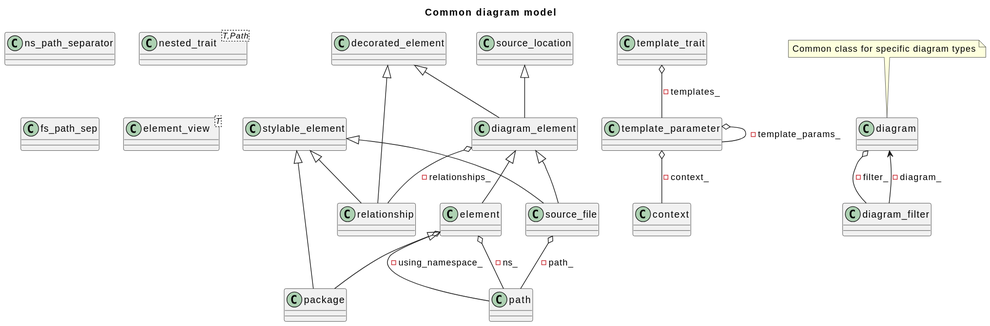
The PlantUML diagram clang-uml/diagrams/common_model_class.svg in bkryza/clang-uml-examples, before a commit. Source of this version:
```plantuml
@startuml
title Common diagram model
class "decorated_element" as C_0001117102382624673118
class C_0001117102382624673118 [[classclanguml_1_1common_1_1model_1_1decorated__element.html{Base class for decorated diagram elements}]] {
__
}
class "stylable_element" as C_0002077846075979426940
class C_0002077846075979426940 [[classclanguml_1_1common_1_1model_1_1stylable__element.html{Diagram elements to which style can be applied.}]] {
__
}
class "path" as C_0000844837292165721774
class C_0000844837292165721774 [[classclanguml_1_1common_1_1model_1_1path.html{Diagram path}]] {
__
}
class "ns_path_separator" as C_0001331923285602672865
class C_0001331923285602672865 [[structclanguml_1_1common_1_1model_1_1ns__path__separator.html{ns_path_separator}]] {
__
}
class "relationship" as C_0002046336758797367926
class C_0002046336758797367926 [[classclanguml_1_1common_1_1model_1_1relationship.html{Class representing any relationship other than inheritance}]] {
__
}
class "source_location" as C_0000895261582183440230
class C_0000895261582183440230 [[classclanguml_1_1common_1_1model_1_1source__location.html{Base class of all diagram elements that have source location.}]] {
__
}
class "diagram_element" as C_0001073500714379115414
class C_0001073500714379115414 [[classclanguml_1_1common_1_1model_1_1diagram__element.html{Base class for standalone diagram elements.}]] {
__
}
class "context" as C_0000845978329661395972
class C_0000845978329661395972 [[structclanguml_1_1common_1_1model_1_1context.html{context}]] {
__
}
class "template_parameter" as C_0000178138562743079529
class C_0000178138562743079529 [[classclanguml_1_1common_1_1model_1_1template__parameter.html{Represents template parameter, template arguments or concept         constraints}]] {
__
}
class "nested_trait<T,Path>" as C_0000891208748219309562
class C_0000891208748219309562 [[classclanguml_1_1common_1_1model_1_1nested__trait.html{Base class for elements nested in the diagram.}]] {
__
}
class "fs_path_sep" as C_0000640258162892495349
class C_0000640258162892495349 [[structclanguml_1_1common_1_1model_1_1fs__path__sep.html{fs_path_sep}]] {
__
}
class "source_file" as C_0000785714713072053129
class C_0000785714713072053129 [[classclanguml_1_1common_1_1model_1_1source__file.html{Diagram element representing some file or directory.}]] {
__
}
class "diagram" as C_0000197068985320835874
class C_0000197068985320835874 [[classclanguml_1_1common_1_1model_1_1diagram.html{Base class for all diagram models}]] {
__
}
class "element" as C_0002069520381434407937
class C_0002069520381434407937 [[classclanguml_1_1common_1_1model_1_1element.html{Base class for any element qualified by namespace.}]] {
__
}
class "template_trait" as C_0000464715462505216589
class C_0000464715462505216589 [[classclanguml_1_1common_1_1model_1_1template__trait.html{Common interface for template diagram elements.}]] {
__
}
class "element_view<T>" as C_0001786360230161561276
class C_0001786360230161561276 [[classclanguml_1_1common_1_1model_1_1element__view.html{element_view}]] {
__
}
class "package" as C_0002143286684830686854
class C_0002143286684830686854 [[classclanguml_1_1common_1_1model_1_1package.html{Diagram element representing namespace or directory package}]] {
__
}
class "diagram_filter" as C_0002054140694270036745
class C_0002054140694270036745 [[classclanguml_1_1common_1_1model_1_1diagram__filter.html{Composite of all diagrams filters.}]] {
__
}
C_0001117102382624673118 <|-- C_0002046336758797367926
C_0002077846075979426940 <|-- C_0002046336758797367926
C_0001073500714379115414 o-- C_0002046336758797367926 : -relationships_
C_0001117102382624673118 <|-- C_0001073500714379115414
C_0000895261582183440230 <|-- C_0001073500714379115414
C_0000178138562743079529 o-- C_0000845978329661395972 : -context_
C_0000178138562743079529 o-- C_0000178138562743079529 : -template_params_
C_0000785714713072053129 o-- C_0000844837292165721774 : -path_
C_0001073500714379115414 <|-- C_0000785714713072053129
C_0002077846075979426940 <|-- C_0000785714713072053129
C_0000197068985320835874 o-- C_0002054140694270036745 : -filter_
C_0002069520381434407937 o-- C_0000844837292165721774 : -ns_
C_0002069520381434407937 o-- C_0000844837292165721774 : -using_namespace_
C_0001073500714379115414 <|-- C_0002069520381434407937
C_0000464715462505216589 o-- C_0000178138562743079529 : -templates_
C_0002069520381434407937 <|-- C_0002143286684830686854
C_0002077846075979426940 <|-- C_0002143286684830686854
C_0002054140694270036745 --> C_0000197068985320835874 : -diagram_
note top of C_0000197068985320835874: Common class for specific diagram types

@enduml
```
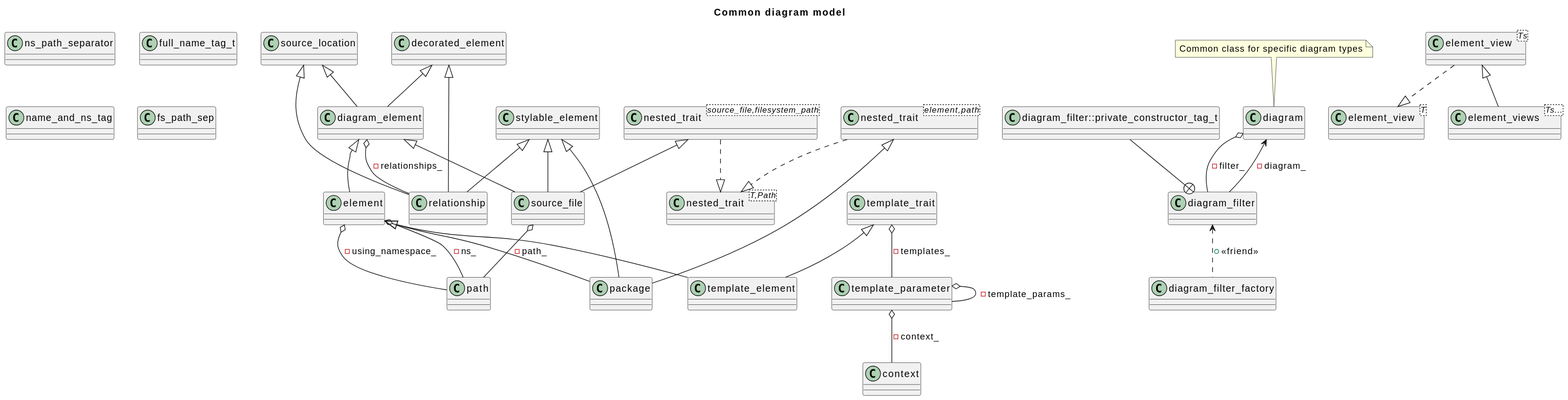
After the change.

Change to the diagram source:
```diff
@@ -1,95 +1,142 @@
 @startuml
 title Common diagram model
-class "decorated_element" as C_0001117102382624673118
-class C_0001117102382624673118 [[classclanguml_1_1common_1_1model_1_1decorated__element.html{Base class for decorated diagram elements}]] {
+class "source_location" as C_0007162092657467521843
+class C_0007162092657467521843 [[classclanguml_1_1common_1_1model_1_1source__location.html{Base class of all diagram elements that have source location.}]] {
 __
 }
-class "stylable_element" as C_0002077846075979426940
-class C_0002077846075979426940 [[classclanguml_1_1common_1_1model_1_1stylable__element.html{Diagram elements to which style can be applied.}]] {
+class "path" as C_0006758698337325774198
+class C_0006758698337325774198 [[classclanguml_1_1common_1_1model_1_1path.html{Diagram path}]] {
 __
 }
-class "path" as C_0000844837292165721774
-class C_0000844837292165721774 [[classclanguml_1_1common_1_1model_1_1path.html{Diagram path}]] {
+class "ns_path_separator" as C_0010655386284821382926
+class C_0010655386284821382926 [[structclanguml_1_1common_1_1model_1_1ns__path__separator.html{ns_path_separator}]] {
 __
 }
-class "ns_path_separator" as C_0001331923285602672865
-class C_0001331923285602672865 [[structclanguml_1_1common_1_1model_1_1ns__path__separator.html{ns_path_separator}]] {
+class "decorated_element" as C_0008936819060997384951
+class C_0008936819060997384951 [[classclanguml_1_1common_1_1model_1_1decorated__element.html{Base class for decorated diagram elements}]] {
 __
 }
-class "relationship" as C_0002046336758797367926
-class C_0002046336758797367926 [[classclanguml_1_1common_1_1model_1_1relationship.html{Class representing any relationship other than inheritance}]] {
+class "stylable_element" as C_0016622768607835415521
+class C_0016622768607835415521 [[classclanguml_1_1common_1_1model_1_1stylable__element.html{Diagram elements to which style can be applied.}]] {
 __
 }
-class "source_location" as C_0000895261582183440230
-class C_0000895261582183440230 [[classclanguml_1_1common_1_1model_1_1source__location.html{Base class of all diagram elements that have source location.}]] {
+class "relationship" as C_0016370694070378943411
+class C_0016370694070378943411 [[classclanguml_1_1common_1_1model_1_1relationship.html{Class representing any relationship other than inheritance}]] {
 __
 }
-class "diagram_element" as C_0001073500714379115414
-class C_0001073500714379115414 [[classclanguml_1_1common_1_1model_1_1diagram__element.html{Base class for standalone diagram elements.}]] {
+class "full_name_tag_t" as C_0008055211364012910024
+class C_0008055211364012910024 [[structclanguml_1_1common_1_1model_1_1full__name__tag__t.html{full_name_tag_t}]] {
 __
 }
-class "context" as C_0000845978329661395972
-class C_0000845978329661395972 [[structclanguml_1_1common_1_1model_1_1context.html{context}]] {
+class "name_and_ns_tag" as C_0017789505560089675948
+class C_0017789505560089675948 [[structclanguml_1_1common_1_1model_1_1name__and__ns__tag.html{name_and_ns_tag}]] {
 __
 }
-class "template_parameter" as C_0000178138562743079529
-class C_0000178138562743079529 [[classclanguml_1_1common_1_1model_1_1template__parameter.html{Represents template parameter, template arguments or concept         constraints}]] {
+class "diagram_element" as C_0008588005715032923314
+class C_0008588005715032923314 [[classclanguml_1_1common_1_1model_1_1diagram__element.html{Base class for standalone diagram elements.}]] {
 __
 }
-class "nested_trait<T,Path>" as C_0000891208748219309562
-class C_0000891208748219309562 [[classclanguml_1_1common_1_1model_1_1nested__trait.html{Base class for elements nested in the diagram.}]] {
+class "context" as C_0006767826637291167780
+class C_0006767826637291167780 [[structclanguml_1_1common_1_1model_1_1context.html{context}]] {
 __
 }
-class "fs_path_sep" as C_0000640258162892495349
-class C_0000640258162892495349 [[structclanguml_1_1common_1_1model_1_1fs__path__sep.html{fs_path_sep}]] {
+class "template_parameter" as C_0001425108501944636238
+class C_0001425108501944636238 [[classclanguml_1_1common_1_1model_1_1template__parameter.html{Represents template parameter, template arguments or concept         constraints}]] {
 __
 }
-class "source_file" as C_0000785714713072053129
-class C_0000785714713072053129 [[classclanguml_1_1common_1_1model_1_1source__file.html{Diagram element representing some file or directory.}]] {
+class "element" as C_0016556163051475263500
+class C_0016556163051475263500 [[classclanguml_1_1common_1_1model_1_1element.html{Base class for any element qualified by namespace.}]] {
 __
 }
-class "diagram" as C_0000197068985320835874
-class C_0000197068985320835874 [[classclanguml_1_1common_1_1model_1_1diagram.html{Base class for all diagram models}]] {
+class "template_trait" as C_0003717723700041732716
+class C_0003717723700041732716 [[classclanguml_1_1common_1_1model_1_1template__trait.html{Common interface for template diagram elements.}]] {
 __
 }
-class "element" as C_0002069520381434407937
-class C_0002069520381434407937 [[classclanguml_1_1common_1_1model_1_1element.html{Base class for any element qualified by namespace.}]] {
+class "template_element" as C_0013384831159811298387
+class C_0013384831159811298387 [[classclanguml_1_1common_1_1model_1_1template__element.html{Base class for any element qualified by namespace.}]] {
 __
 }
-class "template_trait" as C_0000464715462505216589
-class C_0000464715462505216589 [[classclanguml_1_1common_1_1model_1_1template__trait.html{Common interface for template diagram elements.}]] {
+class "nested_trait<T,Path>" as C_0007129669985754476498
+class C_0007129669985754476498 [[classclanguml_1_1common_1_1model_1_1nested__trait.html{Base class for elements nested in the diagram.}]] {
 __
 }
-class "element_view<T>" as C_0001786360230161561276
-class C_0001786360230161561276 [[classclanguml_1_1common_1_1model_1_1element__view.html{element_view}]] {
+class "fs_path_sep" as C_0005122065303139962793
+class C_0005122065303139962793 [[structclanguml_1_1common_1_1model_1_1fs__path__sep.html{fs_path_sep}]] {
 __
 }
-class "package" as C_0002143286684830686854
-class C_0002143286684830686854 [[classclanguml_1_1common_1_1model_1_1package.html{Diagram element representing namespace or directory package}]] {
+class "nested_trait<source_file,filesystem_path>" as C_0012891720332235399601
+class C_0012891720332235399601 [[classclanguml_1_1common_1_1model_1_1nested__trait.html{nested_trait}]] {
 __
 }
-class "diagram_filter" as C_0002054140694270036745
-class C_0002054140694270036745 [[classclanguml_1_1common_1_1model_1_1diagram__filter.html{Composite of all diagrams filters.}]] {
+class "source_file" as C_0006285717704576425038
+class C_0006285717704576425038 [[classclanguml_1_1common_1_1model_1_1source__file.html{Diagram element representing some file or directory.}]] {
 __
 }
-C_0001117102382624673118 <|-- C_0002046336758797367926
-C_0002077846075979426940 <|-- C_0002046336758797367926
-C_0001073500714379115414 o-- C_0002046336758797367926 : -relationships_
-C_0001117102382624673118 <|-- C_0001073500714379115414
-C_0000895261582183440230 <|-- C_0001073500714379115414
-C_0000178138562743079529 o-- C_0000845978329661395972 : -context_
-C_0000178138562743079529 o-- C_0000178138562743079529 : -template_params_
-C_0000785714713072053129 o-- C_0000844837292165721774 : -path_
-C_0001073500714379115414 <|-- C_0000785714713072053129
-C_0002077846075979426940 <|-- C_0000785714713072053129
-C_0000197068985320835874 o-- C_0002054140694270036745 : -filter_
-C_0002069520381434407937 o-- C_0000844837292165721774 : -ns_
-C_0002069520381434407937 o-- C_0000844837292165721774 : -using_namespace_
-C_0001073500714379115414 <|-- C_0002069520381434407937
-C_0000464715462505216589 o-- C_0000178138562743079529 : -templates_
-C_0002069520381434407937 <|-- C_0002143286684830686854
-C_0002077846075979426940 <|-- C_0002143286684830686854
-C_0002054140694270036745 --> C_0000197068985320835874 : -diagram_
-note top of C_0000197068985320835874: Common class for specific diagram types
+class "diagram" as C_0001576551882566686996
+class C_0001576551882566686996 [[classclanguml_1_1common_1_1model_1_1diagram.html{Base class for all diagram models}]] {
+__
+}
+class "element_view<T>" as C_0014290881841292490213
+class C_0014290881841292490213 [[classclanguml_1_1common_1_1model_1_1element__view.html{element_view}]] {
+__
+}
+class "element_view<Ts>" as C_0016060342263910724057
+class C_0016060342263910724057 [[classclanguml_1_1common_1_1model_1_1element__view.html{element_view}]] {
+__
+}
+class "element_views<Ts...>" as C_0000442317801108185645
+class C_0000442317801108185645 [[structclanguml_1_1common_1_1model_1_1element__views.html{element_views}]] {
+__
+}
+class "nested_trait<element,path>" as C_0015066935078142509054
+class C_0015066935078142509054 [[classclanguml_1_1common_1_1model_1_1nested__trait.html{nested_trait}]] {
+__
+}
+class "package" as C_0017146293478645494837
+class C_0017146293478645494837 [[classclanguml_1_1common_1_1model_1_1package.html{Diagram element representing namespace or directory package}]] {
+__
+}
+class "diagram_filter" as C_0016433125554160293965
+class C_0016433125554160293965 [[classclanguml_1_1common_1_1model_1_1diagram__filter.html{Composite of all diagrams filters.}]] {
+__
+}
+class "diagram_filter::private_constructor_tag_t" as C_0004875546475450307527
+class C_0004875546475450307527 [[structclanguml_1_1common_1_1model_1_1diagram__filter_1_1private__constructor__tag__t.html{diagram_filter::private_constructor_tag_t}]] {
+__
+}
+class "diagram_filter_factory" as C_0011768847127831739904
+class C_0011768847127831739904 [[classclanguml_1_1common_1_1model_1_1diagram__filter__factory.html{diagram_filter_factory}]] {
+__
+}
+C_0008936819060997384951 <|-- C_0016370694070378943411
+C_0016622768607835415521 <|-- C_0016370694070378943411
+C_0007162092657467521843 <|-- C_0016370694070378943411
+C_0008588005715032923314 o-- C_0016370694070378943411 [[{relationships_}]] : -relationships_
+C_0008936819060997384951 <|-- C_0008588005715032923314
+C_0007162092657467521843 <|-- C_0008588005715032923314
+C_0001425108501944636238 o-- C_0006767826637291167780 [[{context_}]] : -context_
+C_0001425108501944636238 o-- C_0001425108501944636238 [[{template_params_}]] : -template_params_
+C_0016556163051475263500 o-- C_0006758698337325774198 [[{ns_}]] : -ns_
+C_0016556163051475263500 o-- C_0006758698337325774198 [[{using_namespace_}]] : -using_namespace_
+C_0008588005715032923314 <|-- C_0016556163051475263500
+C_0003717723700041732716 o-- C_0001425108501944636238 [[{templates_}]] : -templates_
+C_0016556163051475263500 <|-- C_0013384831159811298387
+C_0003717723700041732716 <|-- C_0013384831159811298387
+C_0012891720332235399601 ..|> C_0007129669985754476498
+C_0006285717704576425038 o-- C_0006758698337325774198 [[{path_}]] : -path_
+C_0008588005715032923314 <|-- C_0006285717704576425038
+C_0016622768607835415521 <|-- C_0006285717704576425038
+C_0012891720332235399601 <|-- C_0006285717704576425038
+C_0001576551882566686996 o-- C_0016433125554160293965 [[{filter_}]] : -filter_
+C_0016060342263910724057 ..|> C_0014290881841292490213
+C_0016060342263910724057 <|-- C_0000442317801108185645
+C_0015066935078142509054 ..|> C_0007129669985754476498
+C_0016556163051475263500 <|-- C_0017146293478645494837
+C_0016622768607835415521 <|-- C_0017146293478645494837
+C_0015066935078142509054 <|-- C_0017146293478645494837
+C_0016433125554160293965 --> C_0001576551882566686996 [[{diagram_}]] : -diagram_
+C_0016433125554160293965 <.. C_0011768847127831739904 : +<<friend>>
+C_0004875546475450307527 --+ C_0016433125554160293965
+note top of C_0001576551882566686996: Common class for specific diagram types
 
 @enduml
```
